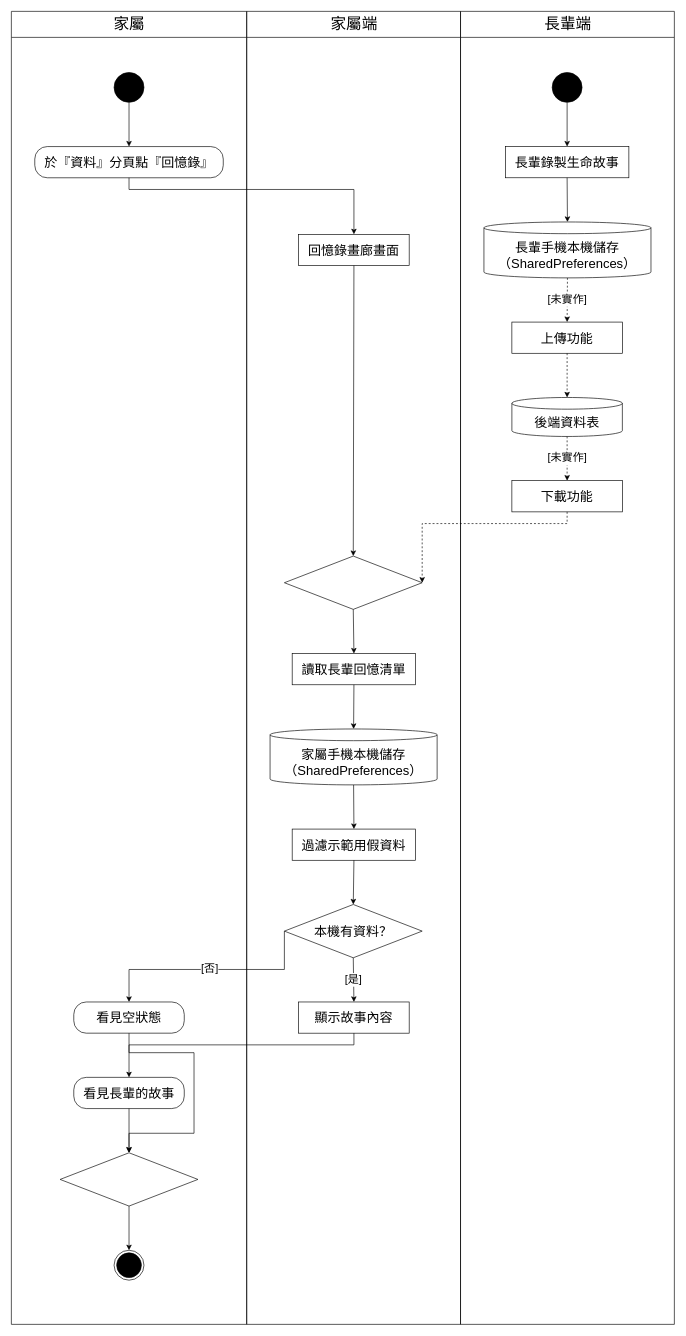
Earlier version of the draw.io diagram Uban System Documents/drawio圖/A20-生命回顧（家屬）.drawio (HuangYu-Kai/Uban). Source tidied: cells renumbered, new cells numbered last; positions are measured from the earlier drawing's top-left corner, leaving out a move shared by most shapes. Both pictures are drawn from the tidied source at 65%, with x=0, y=0 at pixel (11, 11).
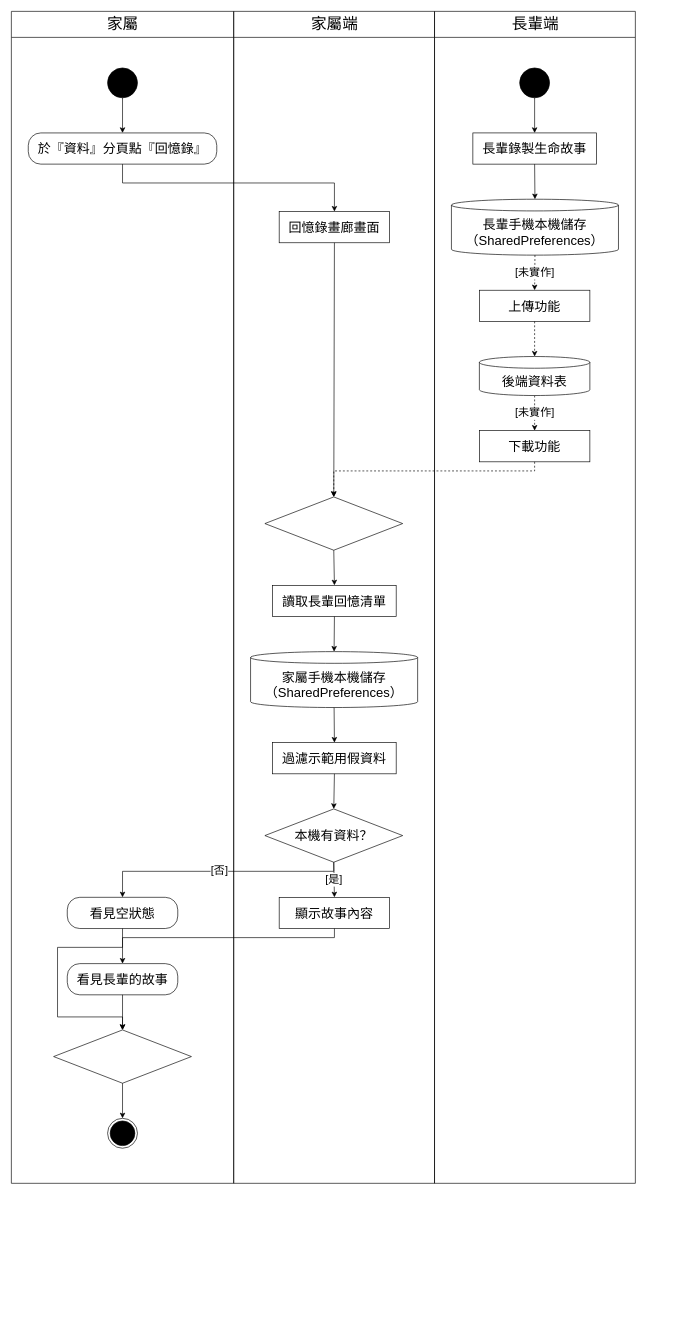
After the change.

Change to the diagram source:
```diff
@@
     <mxCell id="2" value="家屬" style="swimlane;html=1;horizontal=1;startSize=40;fillColor=none;strokeColor=#000000;fontSize=24;fontColor=#000000;fontStyle=0;swimlaneFillColor=none;" parent="1" vertex="1">
-      <mxGeometry width="362" height="2020" as="geometry" />
+      <mxGeometry width="342" height="1803" as="geometry" />
     </mxCell>
     <mxCell id="3" value="家屬端" style="swimlane;html=1;horizontal=1;startSize=40;fillColor=none;strokeColor=#000000;fontSize=24;fontColor=#000000;fontStyle=0;swimlaneFillColor=none;" parent="1" vertex="1">
-      <mxGeometry x="362" width="329" height="2020" as="geometry" />
+      <mxGeometry x="342" width="309" height="1803" as="geometry" />
     </mxCell>
     <mxCell id="4" value="長輩端" style="swimlane;html=1;horizontal=1;startSize=40;fillColor=none;strokeColor=#000000;fontSize=24;fontColor=#000000;fontStyle=0;swimlaneFillColor=none;" parent="1" vertex="1">
-      <mxGeometry x="691" width="329" height="2020" as="geometry" />
+      <mxGeometry x="651" width="309" height="1803" as="geometry" />
     </mxCell>
     <mxCell id="5" style="ellipse;html=1;fillColor=#000000;strokeColor=#000000;" parent="2" vertex="1">
-      <mxGeometry x="158" y="94" width="46" height="46" as="geometry" />
+      <mxGeometry x="148" y="87" width="46" height="46" as="geometry" />
     </mxCell>
     <mxCell id="6" value="於『資料』分頁點『回憶錄』" style="rounded=1;arcSize=40;whiteSpace=wrap;html=1;fillColor=#FFFFFF;strokeColor=#000000;fontSize=20;fontColor=#000000;" parent="2" vertex="1">
-      <mxGeometry x="36" y="208" width="290" height="48" as="geometry" />
+      <mxGeometry x="26" y="187" width="290" height="48" as="geometry" />
     </mxCell>
     <mxCell id="7" value="看見長輩的故事" style="rounded=1;arcSize=40;whiteSpace=wrap;html=1;fillColor=#FFFFFF;strokeColor=#000000;fontSize=20;fontColor=#000000;" parent="2" vertex="1">
-      <mxGeometry x="96" y="1640" width="170" height="48" as="geometry" />
+      <mxGeometry x="86" y="1465" width="170" height="48" as="geometry" />
     </mxCell>
     <mxCell id="8" value="看見空狀態" style="rounded=1;arcSize=40;whiteSpace=wrap;html=1;fillColor=#FFFFFF;strokeColor=#000000;fontSize=20;fontColor=#000000;" parent="2" vertex="1">
-      <mxGeometry x="96" y="1524" width="170" height="48" as="geometry" />
+      <mxGeometry x="86" y="1363" width="170" height="48" as="geometry" />
     </mxCell>
     <mxCell id="9" style="rhombus;whiteSpace=wrap;html=1;fillColor=#FFFFFF;strokeColor=#000000;fontSize=20;fontColor=#000000;" parent="2" vertex="1">
-      <mxGeometry x="75" y="1756" width="212" height="82" as="geometry" />
+      <mxGeometry x="65" y="1567" width="212" height="82" as="geometry" />
     </mxCell>
     <mxCell id="10" style="ellipse;html=1;shape=endState;fillColor=#000000;strokeColor=#000000;" parent="2" vertex="1">
-      <mxGeometry x="158" y="1906" width="46" height="46" as="geometry" />
+      <mxGeometry x="148" y="1703" width="46" height="46" as="geometry" />
     </mxCell>
     <mxCell id="11" value="回憶錄畫廊畫面" style="rounded=0;whiteSpace=wrap;html=1;fillColor=#FFFFFF;strokeColor=#000000;fontSize=20;fontColor=#000000;" parent="3" vertex="1">
-      <mxGeometry x="80" y="343" width="170" height="48" as="geometry" />
+      <mxGeometry x="70" y="308" width="170" height="48" as="geometry" />
     </mxCell>
     <mxCell id="12" value="讀取長輩回憶清單" style="rounded=0;whiteSpace=wrap;html=1;fillColor=#FFFFFF;strokeColor=#000000;fontSize=20;fontColor=#000000;" parent="3" vertex="1">
-      <mxGeometry x="70" y="988" width="190" height="48" as="geometry" />
+      <mxGeometry x="60" y="883" width="190" height="48" as="geometry" />
     </mxCell>
     <mxCell id="13" value="家屬手機本機儲存&lt;br&gt;（SharedPreferences）" style="shape=cylinder3;boundedLbl=1;backgroundOutline=1;size=9;whiteSpace=wrap;html=1;fillColor=#FFFFFF;strokeColor=#000000;fontSize=20;fontColor=#000000;" parent="3" vertex="1">
-      <mxGeometry x="36" y="1104" width="257" height="86" as="geometry" />
+      <mxGeometry x="26" y="985" width="257" height="86" as="geometry" />
     </mxCell>
     <mxCell id="14" value="過濾示範用假資料" style="rounded=0;whiteSpace=wrap;html=1;fillColor=#FFFFFF;strokeColor=#000000;fontSize=20;fontColor=#000000;" parent="3" vertex="1">
-      <mxGeometry x="70" y="1258" width="190" height="48" as="geometry" />
+      <mxGeometry x="60" y="1125" width="190" height="48" as="geometry" />
     </mxCell>
     <mxCell id="15" value="本機有資料？" style="rhombus;whiteSpace=wrap;html=1;fillColor=#FFFFFF;strokeColor=#000000;fontSize=20;fontColor=#000000;" parent="3" vertex="1">
-      <mxGeometry x="58" y="1374" width="212" height="82" as="geometry" />
+      <mxGeometry x="48" y="1227" width="212" height="82" as="geometry" />
     </mxCell>
     <mxCell id="16" value="顯示故事內容" style="rounded=0;whiteSpace=wrap;html=1;fillColor=#FFFFFF;strokeColor=#000000;fontSize=20;fontColor=#000000;" parent="3" vertex="1">
-      <mxGeometry x="80" y="1524" width="170" height="48" as="geometry" />
+      <mxGeometry x="70" y="1363" width="170" height="48" as="geometry" />
     </mxCell>
     <mxCell id="17" style="rhombus;whiteSpace=wrap;html=1;fillColor=#FFFFFF;strokeColor=#000000;fontSize=20;fontColor=#000000;" parent="3" vertex="1">
-      <mxGeometry x="58" y="838" width="212" height="82" as="geometry" />
+      <mxGeometry x="48" y="747" width="212" height="82" as="geometry" />
     </mxCell>
     <mxCell id="18" style="ellipse;html=1;fillColor=#000000;strokeColor=#000000;" parent="4" vertex="1">
-      <mxGeometry x="141" y="94" width="46" height="46" as="geometry" />
+      <mxGeometry x="131" y="87" width="46" height="46" as="geometry" />
     </mxCell>
     <mxCell id="19" value="長輩錄製生命故事" style="rounded=0;whiteSpace=wrap;html=1;fillColor=#FFFFFF;strokeColor=#000000;fontSize=20;fontColor=#000000;" parent="4" vertex="1">
-      <mxGeometry x="69" y="208" width="190" height="48" as="geometry" />
+      <mxGeometry x="59" y="187" width="190" height="48" as="geometry" />
     </mxCell>
     <mxCell id="20" value="長輩手機本機儲存&lt;br&gt;（SharedPreferences）" style="shape=cylinder3;boundedLbl=1;backgroundOutline=1;size=9;whiteSpace=wrap;html=1;fillColor=#FFFFFF;strokeColor=#000000;fontSize=20;fontColor=#000000;" parent="4" vertex="1">
-      <mxGeometry x="36" y="324" width="257" height="86" as="geometry" />
+      <mxGeometry x="26" y="289" width="257" height="86" as="geometry" />
     </mxCell>
     <mxCell id="21" value="上傳功能" style="rounded=0;whiteSpace=wrap;html=1;fillColor=#FFFFFF;strokeColor=#000000;fontSize=20;fontColor=#000000;" parent="4" vertex="1">
-      <mxGeometry x="79" y="478" width="170" height="48" as="geometry" />
+      <mxGeometry x="69" y="429" width="170" height="48" as="geometry" />
     </mxCell>
     <mxCell id="22" value="後端資料表" style="shape=cylinder3;boundedLbl=1;backgroundOutline=1;size=9;whiteSpace=wrap;html=1;fillColor=#FFFFFF;strokeColor=#000000;fontSize=20;fontColor=#000000;" parent="4" vertex="1">
-      <mxGeometry x="79" y="594" width="170" height="60" as="geometry" />
+      <mxGeometry x="69" y="531" width="170" height="60" as="geometry" />
     </mxCell>
     <mxCell id="23" value="下載功能" style="rounded=0;whiteSpace=wrap;html=1;fillColor=#FFFFFF;strokeColor=#000000;fontSize=20;fontColor=#000000;" parent="4" vertex="1">
-      <mxGeometry x="79" y="722" width="170" height="48" as="geometry" />
+      <mxGeometry x="69" y="645" width="170" height="48" as="geometry" />
     </mxCell>
@@
-    <mxCell id="30" style="edgeStyle=none;rounded=0;html=1;strokeColor=#000000;fontSize=17;fontColor=#000000;labelBackgroundColor=#FFFFFF;endArrow=classic;endFill=1;exitPerimeter=0;entryPerimeter=0;dashed=1;exitX=0.5;exitY=1;exitDx=0;exitDy=0;entryX=1;entryY=0.5;entryDx=0;entryDy=0;" parent="1" edge="1" source="23" target="17">
+    <mxCell id="30" style="edgeStyle=none;rounded=0;html=1;strokeColor=#000000;fontSize=17;fontColor=#000000;labelBackgroundColor=#FFFFFF;endArrow=classic;endFill=1;exitPerimeter=0;entryPerimeter=0;dashed=1;exitX=0.5;exitY=1;exitDx=0;exitDy=0;entryX=0.5;entryY=0;entryDx=0;entryDy=0;" parent="1" edge="1" source="23" target="17">
       <mxGeometry relative="1" as="geometry">
         <Array as="points">
-          <mxPoint x="855" y="788" />
-          <mxPoint x="632" y="788" />
+          <mxPoint x="805" y="707" />
+          <mxPoint x="496" y="707" />
         </Array>
       </mxGeometry>
     </mxCell>
     <mxCell id="31" style="edgeStyle=none;rounded=0;html=1;strokeColor=#000000;fontSize=17;fontColor=#000000;labelBackgroundColor=#FFFFFF;endArrow=classic;endFill=1;exitPerimeter=0;entryPerimeter=0;exitX=0.5;exitY=1;exitDx=0;exitDy=0;entryX=0.5;entryY=0;entryDx=0;entryDy=0;" parent="1" edge="1" source="6" target="11">
       <mxGeometry relative="1" as="geometry">
         <Array as="points">
-          <mxPoint x="181" y="274" />
-          <mxPoint x="527" y="274" />
+          <mxPoint x="171" y="264" />
+          <mxPoint x="497" y="264" />
         </Array>
       </mxGeometry>
     </mxCell>
@@
     <mxCell id="37" style="edgeStyle=none;rounded=0;html=1;strokeColor=#000000;fontSize=17;fontColor=#000000;labelBackgroundColor=#FFFFFF;endArrow=classic;endFill=1;exitPerimeter=0;entryPerimeter=0;exitX=0.5;exitY=1;exitDx=0;exitDy=0;entryX=0.5;entryY=0;entryDx=0;entryDy=0;" parent="1" edge="1" source="16" target="7">
       <mxGeometry relative="1" as="geometry">
         <Array as="points">
-          <mxPoint x="527" y="1590" />
-          <mxPoint x="181" y="1590" />
+          <mxPoint x="497" y="1425" />
+          <mxPoint x="171" y="1425" />
         </Array>
       </mxGeometry>
     </mxCell>
-    <mxCell id="38" value="[否]" style="edgeStyle=none;rounded=0;html=1;strokeColor=#000000;fontSize=17;fontColor=#000000;labelBackgroundColor=#FFFFFF;endArrow=classic;endFill=1;exitPerimeter=0;entryPerimeter=0;exitX=0;exitY=0.5;exitDx=0;exitDy=0;entryX=0.5;entryY=0;entryDx=0;entryDy=0;" parent="1" edge="1" source="15" target="8">
+    <mxCell id="38" value="[否]" style="edgeStyle=none;rounded=0;html=1;strokeColor=#000000;fontSize=17;fontColor=#000000;labelBackgroundColor=#FFFFFF;endArrow=classic;endFill=1;exitPerimeter=0;entryPerimeter=0;exitX=0.5;exitY=1;exitDx=0;exitDy=0;entryX=0.5;entryY=0;entryDx=0;entryDy=0;" parent="1" edge="1" source="15" target="8">
       <mxGeometry relative="1" as="geometry">
         <Array as="points">
-          <mxPoint x="420" y="1474" />
-          <mxPoint x="181" y="1474" />
+          <mxPoint x="496" y="1323" />
+          <mxPoint x="171" y="1323" />
         </Array>
       </mxGeometry>
     </mxCell>
@@
     <mxCell id="40" style="edgeStyle=none;rounded=0;html=1;strokeColor=#000000;fontSize=17;fontColor=#000000;labelBackgroundColor=#FFFFFF;endArrow=classic;endFill=1;exitPerimeter=0;entryPerimeter=0;exitX=0.5;exitY=1;exitDx=0;exitDy=0;entryX=0.5;entryY=0;entryDx=0;entryDy=0;" parent="1" edge="1" source="8" target="9">
       <mxGeometry relative="1" as="geometry">
         <Array as="points">
-          <mxPoint x="181" y="1602" />
-          <mxPoint x="281" y="1602" />
-          <mxPoint x="281" y="1726" />
-          <mxPoint x="181" y="1726" />
+          <mxPoint x="171" y="1440" />
+          <mxPoint x="71" y="1440" />
+          <mxPoint x="71" y="1547" />
+          <mxPoint x="171" y="1547" />
         </Array>
       </mxGeometry>
     </mxCell>
```
